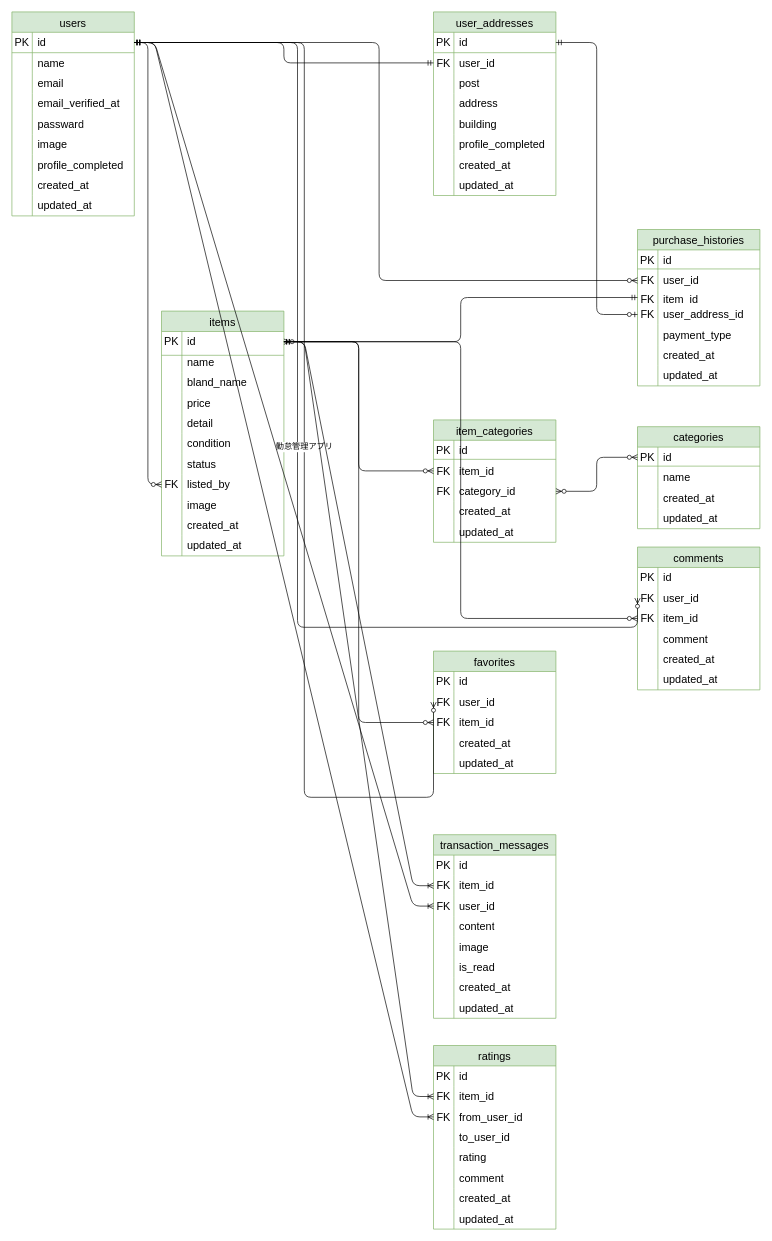
The draw.io diagram ER.drawio in harukaishii/marketplace-app, before the edit. Source tidied: cells renumbered, new cells numbered last; positions are measured from the earlier drawing's top-left corner, leaving out a move shared by most shapes. Both pictures are drawn from the tidied source at 68%, with x=0, y=0 at pixel (12, 12).
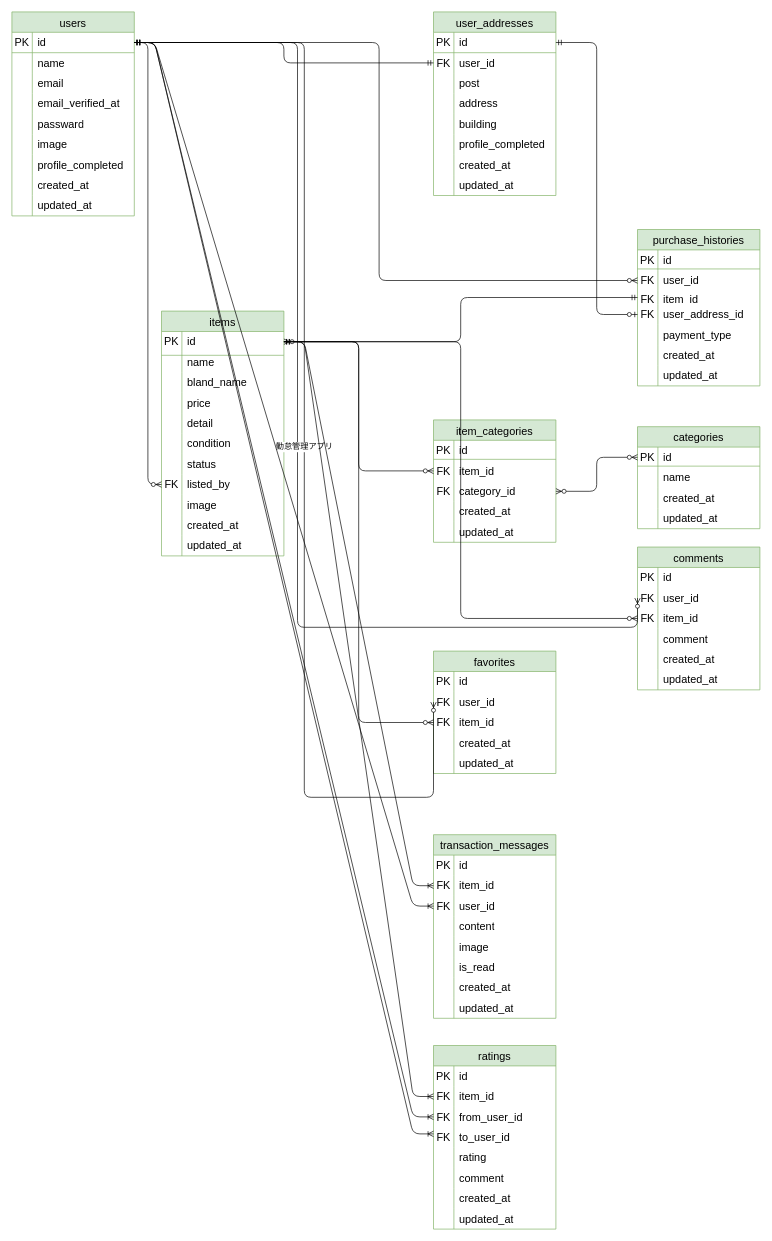
The same page after the edit.

The change refers to these unchanged cells:
```xml
<mxCell id="3" style="shape=tableRow;horizontal=0;startSize=0;swimlaneHead=0;swimlaneBody=0;top=0;left=0;bottom=0;right=0;fillColor=none;points=[[0,0.5],[1,0.5]];portConstraint=eastwest;strokeColor=inherit;fontSize=16;" parent="2" vertex="1">
  <mxGeometry y="30" width="180" height="30" as="geometry" />
</mxCell>
```

Diff of the diagram source:
```diff
@@
+    <mxCell id="246" value="FK" style="shape=partialRectangle;html=1;whiteSpace=wrap;fillColor=none;top=0;left=0;bottom=0;right=0;overflow=hidden;strokeColor=inherit;fontSize=16;" parent="1" vertex="1">
+      <mxGeometry x="620" y="1640" width="30" height="30" as="geometry" />
+    </mxCell>
+    <mxCell id="247" style="edgeStyle=entityRelationEdgeStyle;fontSize=12;html=1;endArrow=ERoneToMany;exitX=1;exitY=0.5;exitDx=0;exitDy=0;" parent="1" edge="1" source="3">
+      <mxGeometry relative="1" as="geometry">
+        <mxPoint x="620" y="1650" as="targetPoint" />
+      </mxGeometry>
+    </mxCell>
```
